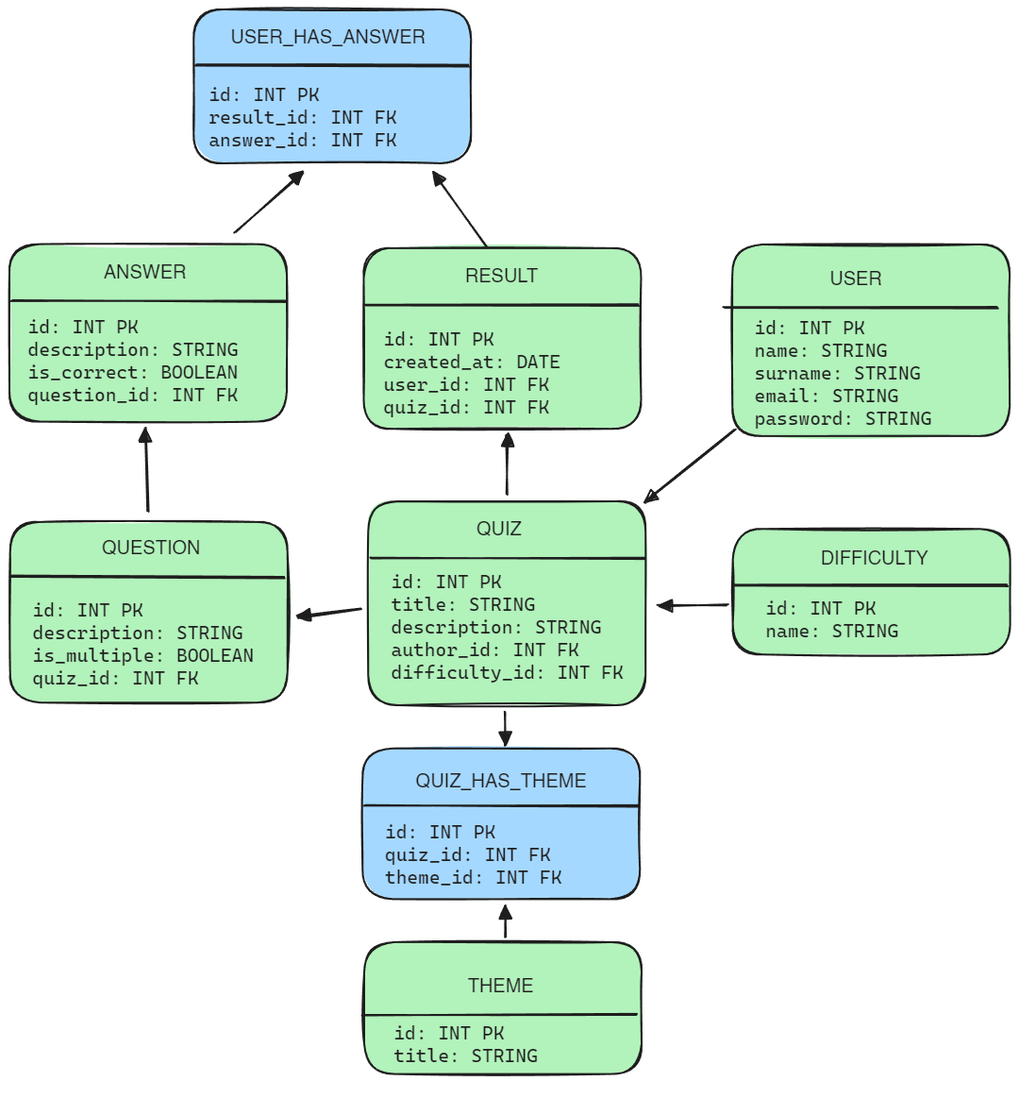
Earlier version of the Excalidraw export Docs/Conception/MCD-MLD/MLD.excalidraw.png (Thibault-hen/DevTest). Source tidied: one line per element, renumbered; positions are measured from the earlier drawing's top-left corner, leaving out a move shared by most shapes.
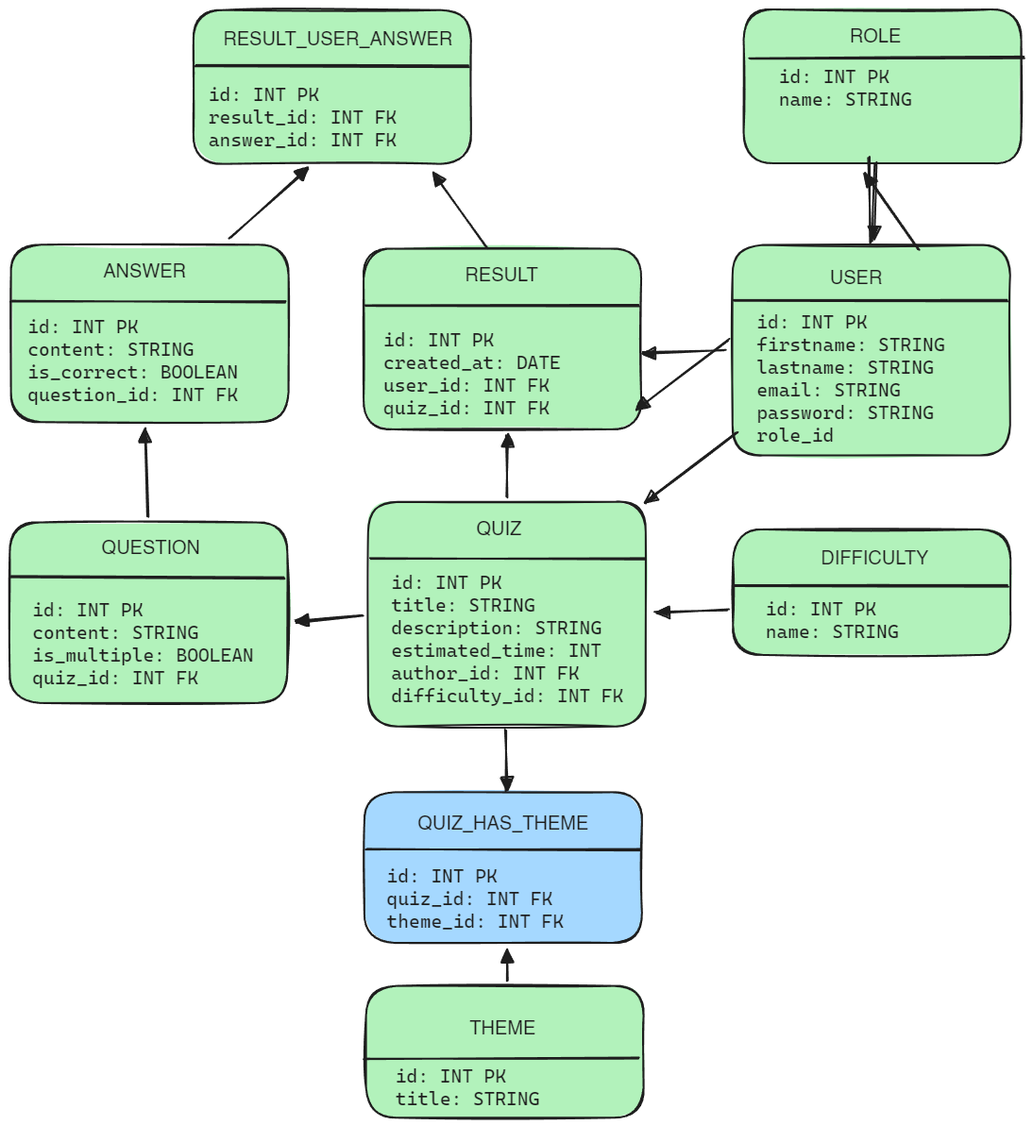
After the change.

What changed in the source:
```diff
@@ -1,7 +1,7 @@
-{"id": 0, "type": "rectangle", "strokeColor": "#1e1e1e", "backgroundColor": "#b2f2bb", "fillStyle": "solid", "strokeWidth": 2, "roughness": 1, "round": true, "x": 766, "y": 249, "width": 294, "height": 203}
+{"id": 0, "type": "rectangle", "strokeColor": "#1e1e1e", "backgroundColor": "#b2f2bb", "fillStyle": "solid", "strokeWidth": 2, "roughness": 1, "round": true, "x": 766, "y": 249, "width": 294, "height": 223}
-{"id": 1, "type": "line", "strokeColor": "#1e1e1e", "backgroundColor": "#b2f2bb", "fillStyle": "solid", "strokeWidth": 2, "roughness": 1, "round": true, "x": 758, "y": 316, "width": 290, "height": 0, "points": [[0, 0], [290, 0]]}
+{"id": 1, "type": "line", "strokeColor": "#1e1e1e", "backgroundColor": "#b2f2bb", "fillStyle": "solid", "strokeWidth": 2, "roughness": 1, "round": true, "x": 768, "y": 308, "width": 290, "height": 0, "points": [[0, 0], [290, 0]]}
 {"id": 2, "type": "text", "text": "USER", "strokeColor": "#1e1e1e", "backgroundColor": "#b2f2bb", "fillStyle": "solid", "strokeWidth": 2, "roughness": 1, "fontSize": 20, "fontFamily": 2, "x": 869, "y": 274, "width": 56, "height": 23}
-{"id": 3, "type": "rectangle", "strokeColor": "#1e1e1e", "backgroundColor": "#b2f2bb", "fillStyle": "solid", "strokeWidth": 2, "roughness": 1, "round": true, "x": 380, "y": 521, "width": 294, "height": 216}
+{"id": 3, "type": "rectangle", "strokeColor": "#1e1e1e", "backgroundColor": "#b2f2bb", "fillStyle": "solid", "strokeWidth": 2, "roughness": 1, "round": true, "x": 380, "y": 521, "width": 294, "height": 238}
 {"id": 4, "type": "line", "strokeColor": "#1e1e1e", "backgroundColor": "#b2f2bb", "fillStyle": "solid", "strokeWidth": 2, "roughness": 1, "round": true, "x": 382, "y": 581, "width": 290, "height": 0, "points": [[0, 0], [290, 0]]}
 {"id": 5, "type": "text", "text": "QUIZ", "strokeColor": "#1e1e1e", "backgroundColor": "#b2f2bb", "fillStyle": "solid", "strokeWidth": 2, "roughness": 1, "fontSize": 20, "fontFamily": 2, "x": 495, "y": 539, "width": 48, "height": 23}
 {"id": 6, "type": "rectangle", "strokeColor": "#1e1e1e", "backgroundColor": "#b2f2bb", "fillStyle": "solid", "strokeWidth": 2, "roughness": 1, "round": true, "x": 1, "y": 543, "width": 294, "height": 191}
@@ -10,36 +10,42 @@
 {"id": 9, "type": "rectangle", "strokeColor": "#1e1e1e", "backgroundColor": "#b2f2bb", "fillStyle": "solid", "strokeWidth": 2, "roughness": 1, "round": true, "x": 767, "y": 550, "width": 294, "height": 133}
 {"id": 10, "type": "line", "strokeColor": "#1e1e1e", "backgroundColor": "#b2f2bb", "fillStyle": "solid", "strokeWidth": 2, "roughness": 1, "round": true, "x": 769, "y": 610, "width": 290, "height": 0, "points": [[0, 0], [290, 0]]}
 {"id": 11, "type": "text", "text": "DIFFICULTY", "strokeColor": "#1e1e1e", "backgroundColor": "#b2f2bb", "fillStyle": "solid", "strokeWidth": 2, "roughness": 1, "fontSize": 20, "fontFamily": 2, "x": 860, "y": 570, "width": 114, "height": 23}
-{"id": 12, "type": "rectangle", "strokeColor": "#1e1e1e", "backgroundColor": "#b2f2bb", "fillStyle": "solid", "strokeWidth": 2, "roughness": 1, "round": true, "x": 376, "y": 988, "width": 294, "height": 140}
+{"id": 12, "type": "rectangle", "strokeColor": "#1e1e1e", "backgroundColor": "#b2f2bb", "fillStyle": "solid", "strokeWidth": 2, "roughness": 1, "round": true, "x": 378, "y": 1034, "width": 294, "height": 140}
-{"id": 13, "type": "line", "strokeColor": "#1e1e1e", "backgroundColor": "#b2f2bb", "fillStyle": "solid", "strokeWidth": 2, "roughness": 1, "round": true, "x": 375, "y": 1065, "width": 290, "height": 0, "points": [[0, 0], [290, 0]]}
+{"id": 13, "type": "line", "strokeColor": "#1e1e1e", "backgroundColor": "#b2f2bb", "fillStyle": "solid", "strokeWidth": 2, "roughness": 1, "round": true, "x": 377, "y": 1111, "width": 290, "height": 0, "points": [[0, 0], [290, 0]]}
-{"id": 14, "type": "text", "text": "THEME\n", "strokeColor": "#1e1e1e", "backgroundColor": "#b2f2bb", "fillStyle": "solid", "strokeWidth": 2, "roughness": 1, "fontSize": 20, "fontFamily": 2, "x": 486, "y": 1023, "width": 70, "height": 46}
+{"id": 14, "type": "text", "text": "THEME\n", "strokeColor": "#1e1e1e", "backgroundColor": "#b2f2bb", "fillStyle": "solid", "strokeWidth": 2, "roughness": 1, "fontSize": 20, "fontFamily": 2, "x": 488, "y": 1069, "width": 70, "height": 46}
 {"id": 15, "type": "rectangle", "strokeColor": "#1e1e1e", "backgroundColor": "#b2f2bb", "fillStyle": "solid", "strokeWidth": 2, "roughness": 1, "round": true, "x": 375, "y": 253, "width": 294, "height": 191}
 {"id": 16, "type": "line", "strokeColor": "#1e1e1e", "backgroundColor": "#b2f2bb", "fillStyle": "solid", "strokeWidth": 2, "roughness": 1, "round": true, "x": 377, "y": 313, "width": 290, "height": 0, "points": [[0, 0], [290, 0]]}
 {"id": 17, "type": "text", "text": "RESULT", "strokeColor": "#1e1e1e", "backgroundColor": "#b2f2bb", "fillStyle": "solid", "strokeWidth": 2, "roughness": 1, "fontSize": 20, "fontFamily": 2, "x": 483, "y": 271, "width": 77, "height": 23}
-{"id": 18, "type": "rectangle", "strokeColor": "#1e1e1e", "backgroundColor": "#b2f2bb", "fillStyle": "solid", "strokeWidth": 2, "roughness": 1, "round": true, "x": 0, "y": 249, "width": 294, "height": 188}
+{"id": 18, "type": "rectangle", "strokeColor": "#1e1e1e", "backgroundColor": "#b2f2bb", "fillStyle": "solid", "strokeWidth": 2, "roughness": 1, "round": true, "x": 2, "y": 249, "width": 294, "height": 188}
 {"id": 19, "type": "line", "strokeColor": "#1e1e1e", "backgroundColor": "#b2f2bb", "fillStyle": "solid", "strokeWidth": 2, "roughness": 1, "round": true, "x": 2, "y": 309, "width": 290, "height": 0, "points": [[0, 0], [290, 0]]}
 {"id": 20, "type": "text", "text": "ANSWER", "strokeColor": "#1e1e1e", "backgroundColor": "#b2f2bb", "fillStyle": "solid", "strokeWidth": 2, "roughness": 1, "fontSize": 20, "fontFamily": 2, "x": 100, "y": 267, "width": 88, "height": 23}
-{"id": 21, "type": "rectangle", "strokeColor": "#1e1e1e", "backgroundColor": "#a5d8ff", "fillStyle": "solid", "strokeWidth": 2, "roughness": 1, "round": true, "x": 195, "y": 0, "width": 294, "height": 163}
+{"id": 21, "type": "rectangle", "strokeColor": "#1e1e1e", "backgroundColor": "#b2f2bb", "fillStyle": "solid", "strokeWidth": 2, "roughness": 1, "round": true, "x": 195, "y": 0, "width": 294, "height": 163}
 {"id": 22, "type": "line", "strokeColor": "#1e1e1e", "strokeWidth": 2, "roughness": 1, "round": true, "x": 197, "y": 60, "width": 290, "height": 0, "points": [[0, 0], [290, 0]]}
-{"id": 23, "type": "text", "text": "USER_HAS_ANSWER", "strokeColor": "#1e1e1e", "strokeWidth": 2, "roughness": 1, "fontSize": 20, "fontFamily": 2, "x": 234, "y": 18, "width": 207, "height": 23}
+{"id": 23, "type": "text", "text": "RESULT_USER_ANSWER", "strokeColor": "#1e1e1e", "strokeWidth": 2, "roughness": 1, "fontSize": 20, "fontFamily": 2, "x": 227, "y": 20, "width": 243, "height": 23}
-{"id": 24, "type": "text", "text": "id: INT PK\nname: STRING\nsurname: STRING\nemail: STRING\npassword: STRING", "strokeColor": "#1e1e1e", "backgroundColor": "#b2f2bb", "fillStyle": "solid", "strokeWidth": 2, "roughness": 1, "fontSize": 20, "fontFamily": 3, "x": 790, "y": 325, "width": 188, "height": 120}
+{"id": 24, "type": "text", "text": "id: INT PK\nfirstname: STRING\nlastname: STRING\nemail: STRING\npassword: STRING\nrole_id", "strokeColor": "#1e1e1e", "backgroundColor": "#b2f2bb", "fillStyle": "solid", "strokeWidth": 2, "roughness": 1, "fontSize": 20, "fontFamily": 3, "x": 792, "y": 319, "width": 199, "height": 144}
-{"id": 25, "type": "rectangle", "strokeColor": "#1e1e1e", "backgroundColor": "#a5d8ff", "fillStyle": "solid", "strokeWidth": 2, "roughness": 1, "round": true, "x": 374, "y": 783, "width": 294, "height": 160}
+{"id": 25, "type": "rectangle", "strokeColor": "#1e1e1e", "backgroundColor": "#a5d8ff", "fillStyle": "solid", "strokeWidth": 2, "roughness": 1, "round": true, "x": 376, "y": 829, "width": 294, "height": 160}
-{"id": 26, "type": "line", "strokeColor": "#1e1e1e", "backgroundColor": "#b2f2bb", "fillStyle": "solid", "strokeWidth": 2, "roughness": 1, "round": true, "x": 376, "y": 843, "width": 290, "height": 0, "points": [[0, 0], [290, 0]]}
+{"id": 26, "type": "line", "strokeColor": "#1e1e1e", "backgroundColor": "#b2f2bb", "fillStyle": "solid", "strokeWidth": 2, "roughness": 1, "round": true, "x": 378, "y": 889, "width": 290, "height": 0, "points": [[0, 0], [290, 0]]}
-{"id": 27, "type": "text", "text": "QUIZ_HAS_THEME", "strokeColor": "#1e1e1e", "backgroundColor": "#b2f2bb", "fillStyle": "solid", "strokeWidth": 2, "roughness": 1, "fontSize": 20, "fontFamily": 2, "x": 431, "y": 806, "width": 181, "height": 23}
+{"id": 27, "type": "text", "text": "QUIZ_HAS_THEME", "strokeColor": "#1e1e1e", "backgroundColor": "#b2f2bb", "fillStyle": "solid", "strokeWidth": 2, "roughness": 1, "fontSize": 20, "fontFamily": 2, "x": 433, "y": 852, "width": 181, "height": 23}
-{"id": 28, "type": "text", "text": "id: INT PK\ntitle: STRING\ndescription: STRING\nauthor_id: INT FK\ndifficulty_id: INT FK", "strokeColor": "#1e1e1e", "backgroundColor": "#b2f2bb", "fillStyle": "solid", "strokeWidth": 2, "roughness": 1, "fontSize": 20, "fontFamily": 3, "x": 405, "y": 594, "width": 246, "height": 120}
+{"id": 28, "type": "text", "text": "id: INT PK\ntitle: STRING\ndescription: STRING\nestimated_time: INT\nauthor_id: INT FK\ndifficulty_id: INT FK", "strokeColor": "#1e1e1e", "backgroundColor": "#b2f2bb", "fillStyle": "solid", "strokeWidth": 2, "roughness": 1, "fontSize": 20, "fontFamily": 3, "x": 405, "y": 594, "width": 246, "height": 144}
-{"id": 29, "type": "text", "text": "id: INT PK\nquiz_id: INT FK\ntheme_id: INT FK", "strokeColor": "#1e1e1e", "backgroundColor": "#b2f2bb", "fillStyle": "solid", "strokeWidth": 2, "roughness": 1, "fontSize": 20, "fontFamily": 3, "x": 398, "y": 859, "width": 188, "height": 72}
+{"id": 29, "type": "text", "text": "id: INT PK\nquiz_id: INT FK\ntheme_id: INT FK", "strokeColor": "#1e1e1e", "backgroundColor": "#b2f2bb", "fillStyle": "solid", "strokeWidth": 2, "roughness": 1, "fontSize": 20, "fontFamily": 3, "x": 400, "y": 905, "width": 188, "height": 72}
-{"id": 30, "type": "text", "text": "id: INT PK\ntitle: STRING\n", "strokeColor": "#1e1e1e", "backgroundColor": "#b2f2bb", "fillStyle": "solid", "strokeWidth": 2, "roughness": 1, "fontSize": 20, "fontFamily": 3, "x": 407, "y": 1072, "width": 152, "height": 72}
+{"id": 30, "type": "text", "text": "id: INT PK\ntitle: STRING\n", "strokeColor": "#1e1e1e", "backgroundColor": "#b2f2bb", "fillStyle": "solid", "strokeWidth": 2, "roughness": 1, "fontSize": 20, "fontFamily": 3, "x": 409, "y": 1118, "width": 152, "height": 72}
-{"id": 31, "type": "text", "text": "id: INT PK\ndescription: STRING\nis_multiple: BOOLEAN\nquiz_id: INT FK", "strokeColor": "#1e1e1e", "backgroundColor": "#b2f2bb", "fillStyle": "solid", "strokeWidth": 2, "roughness": 1, "fontSize": 20, "fontFamily": 3, "x": 25, "y": 624, "width": 234, "height": 96}
+{"id": 31, "type": "text", "text": "id: INT PK\ncontent: STRING\nis_multiple: BOOLEAN\nquiz_id: INT FK", "strokeColor": "#1e1e1e", "backgroundColor": "#b2f2bb", "fillStyle": "solid", "strokeWidth": 2, "roughness": 1, "fontSize": 20, "fontFamily": 3, "x": 25, "y": 624, "width": 234, "height": 96}
-{"id": 32, "type": "text", "text": "id: INT PK\ndescription: STRING\nis_correct: BOOLEAN\nquestion_id: INT FK ", "strokeColor": "#1e1e1e", "backgroundColor": "#b2f2bb", "fillStyle": "solid", "strokeWidth": 2, "roughness": 1, "fontSize": 20, "fontFamily": 3, "x": 20, "y": 324, "width": 234, "height": 96}
+{"id": 32, "type": "text", "text": "id: INT PK\ncontent: STRING\nis_correct: BOOLEAN\nquestion_id: INT FK ", "strokeColor": "#1e1e1e", "backgroundColor": "#b2f2bb", "fillStyle": "solid", "strokeWidth": 2, "roughness": 1, "fontSize": 20, "fontFamily": 3, "x": 20, "y": 324, "width": 234, "height": 96}
 {"id": 33, "type": "text", "text": "id: INT PK\ncreated_at: DATE\nuser_id: INT FK\nquiz_id: INT FK", "strokeColor": "#1e1e1e", "backgroundColor": "#b2f2bb", "fillStyle": "solid", "strokeWidth": 2, "roughness": 1, "fontSize": 20, "fontFamily": 3, "x": 397, "y": 337, "width": 188, "height": 96}
 {"id": 34, "type": "text", "text": "id: INT PK\nname: STRING", "strokeColor": "#1e1e1e", "backgroundColor": "#b2f2bb", "fillStyle": "solid", "strokeWidth": 2, "roughness": 1, "fontSize": 20, "fontFamily": 3, "x": 801, "y": 622, "width": 141, "height": 48}
 {"id": 35, "type": "text", "text": "id: INT PK\nresult_id: INT FK\nanswer_id: INT FK\n", "strokeColor": "#1e1e1e", "strokeWidth": 2, "roughness": 1, "fontSize": 20, "fontFamily": 3, "x": 211, "y": 78, "width": 199, "height": 96}
-{"id": 36, "type": "arrow", "strokeColor": "#1e1e1e", "strokeWidth": 2, "roughness": 1, "endArrowhead": "triangle", "round": true, "from": 24, "x": 769, "y": 444, "width": 95, "height": 77, "points": [[0, 0], [-95, 77]]}
+{"id": 36, "type": "arrow", "strokeColor": "#1e1e1e", "strokeWidth": 2, "roughness": 1, "endArrowhead": "triangle", "round": true, "from": 24, "x": 771, "y": 447, "width": 97, "height": 74, "points": [[0, 0], [-97, 74]]}
-{"id": 37, "type": "arrow", "strokeColor": "#1e1e1e", "strokeWidth": 2, "roughness": 1, "endArrowhead": "triangle", "round": true, "from": 3, "to": 33, "x": 527, "y": 514, "width": 0, "height": 65, "points": [[0, 0], [0, -65]]}
+{"id": 37, "type": "arrow", "strokeColor": "#1e1e1e", "strokeWidth": 2, "roughness": 1, "endArrowhead": "triangle", "round": true, "from": 3, "to": 33, "x": 527, "y": 517, "width": 0, "height": 67, "points": [[0, 0], [0, -67]]}
 {"id": 38, "type": "arrow", "strokeColor": "#1e1e1e", "strokeWidth": 2, "roughness": 1, "endArrowhead": "triangle", "round": true, "from": 15, "to": 21, "x": 507, "y": 253, "width": 58, "height": 80, "points": [[0, 0], [-58, -80]]}
-{"id": 39, "type": "arrow", "strokeColor": "#1e1e1e", "strokeWidth": 2, "roughness": 1, "endArrowhead": "triangle", "round": true, "from": 18, "to": 21, "x": 239, "y": 236, "width": 72, "height": 63, "points": [[0, 0], [72, -63]]}
+{"id": 39, "type": "arrow", "strokeColor": "#1e1e1e", "strokeWidth": 2, "roughness": 1, "endArrowhead": "triangle", "round": true, "from": 18, "to": 21, "x": 233, "y": 242, "width": 83, "height": 74, "points": [[0, 0], [83, -74]]}
-{"id": 40, "type": "arrow", "strokeColor": "#1e1e1e", "strokeWidth": 2, "roughness": 1, "endArrowhead": "triangle", "round": true, "from": 3, "to": 6, "x": 372, "y": 634, "width": 67, "height": 10, "points": [[0, 0], [-67, 10]]}
+{"id": 40, "type": "arrow", "strokeColor": "#1e1e1e", "strokeWidth": 2, "roughness": 1, "endArrowhead": "triangle", "round": true, "from": 3, "to": 6, "x": 374, "y": 641, "width": 70, "height": 8, "points": [[0, 0], [-70, 8]]}
-{"id": 41, "type": "arrow", "strokeColor": "#1e1e1e", "strokeWidth": 2, "roughness": 1, "endArrowhead": "triangle", "round": true, "from": 9, "to": 3, "x": 760, "y": 632, "width": 73, "height": 1, "points": [[0, 0], [-73, -1]]}
+{"id": 41, "type": "arrow", "strokeColor": "#1e1e1e", "strokeWidth": 2, "roughness": 1, "endArrowhead": "triangle", "round": true, "from": 9, "to": 3, "x": 761, "y": 636, "width": 77, "height": 1, "points": [[0, 0], [-77, 1]]}
-{"id": 42, "type": "arrow", "strokeColor": "#1e1e1e", "strokeWidth": 2, "roughness": 1, "endArrowhead": "triangle", "round": true, "from": 6, "to": 32, "x": 147, "y": 531, "width": 3, "height": 88, "points": [[0, 0], [-3, -88]]}
+{"id": 42, "type": "arrow", "strokeColor": "#1e1e1e", "strokeWidth": 2, "roughness": 1, "endArrowhead": "triangle", "round": true, "from": 6, "to": 32, "x": 148, "y": 536, "width": 4, "height": 93, "points": [[0, 0], [-4, -93]]}
-{"id": 43, "type": "arrow", "strokeColor": "#1e1e1e", "strokeWidth": 2, "roughness": 1, "endArrowhead": "triangle", "round": true, "from": 3, "to": 25, "x": 525, "y": 744, "width": 0, "height": 35, "points": [[0, 0], [0, 35]]}
+{"id": 43, "type": "arrow", "strokeColor": "#1e1e1e", "strokeWidth": 2, "roughness": 1, "endArrowhead": "triangle", "round": true, "from": 3, "to": 25, "x": 526, "y": 764, "width": 0, "height": 63, "points": [[0, 0], [0, 63]]}
-{"id": 44, "type": "arrow", "strokeColor": "#1e1e1e", "strokeWidth": 2, "roughness": 1, "endArrowhead": "triangle", "round": true, "from": 12, "to": 29, "x": 525, "y": 983, "width": 0, "height": 33, "points": [[0, 0], [0, -33]]}
+{"id": 44, "type": "arrow", "strokeColor": "#1e1e1e", "strokeWidth": 2, "roughness": 1, "endArrowhead": "triangle", "round": true, "from": 12, "to": 29, "x": 527, "y": 1029, "width": 0, "height": 33, "points": [[0, 0], [0, -33]]}
+{"id": 45, "type": "rectangle", "strokeColor": "#1e1e1e", "backgroundColor": "#b2f2bb", "fillStyle": "solid", "strokeWidth": 2, "roughness": 1, "round": true, "x": 778, "y": -1, "width": 294, "height": 163}
+{"id": 46, "type": "line", "strokeColor": "#1e1e1e", "backgroundColor": "#b2f2bb", "fillStyle": "solid", "strokeWidth": 2, "roughness": 1, "round": true, "x": 785, "y": 51, "width": 290, "height": 0, "points": [[0, 0], [290, 0]]}
+{"id": 47, "type": "text", "text": "ROLE", "strokeColor": "#1e1e1e", "backgroundColor": "#b2f2bb", "fillStyle": "solid", "strokeWidth": 2, "roughness": 1, "fontSize": 20, "fontFamily": 2, "x": 890, "y": 17, "width": 54, "height": 23}
+{"id": 48, "type": "text", "text": "id: INT PK\nname: STRING", "strokeColor": "#1e1e1e", "backgroundColor": "#b2f2bb", "fillStyle": "solid", "strokeWidth": 2, "roughness": 1, "fontSize": 20, "fontFamily": 3, "x": 815, "y": 59, "width": 141, "height": 48}
+{"id": 49, "type": "arrow", "strokeColor": "#1e1e1e", "backgroundColor": "#b2f2bb", "fillStyle": "solid", "strokeWidth": 2, "roughness": 1, "endArrowhead": "triangle", "round": true, "from": 45, "to": 0, "x": 917, "y": 163, "width": 2, "height": 81, "points": [[0, 0], [-2, 81]]}
+{"id": 50, "type": "arrow", "strokeColor": "#1e1e1e", "backgroundColor": "#b2f2bb", "fillStyle": "solid", "strokeWidth": 2, "roughness": 1, "endArrowhead": "triangle", "round": true, "from": 0, "to": 15, "x": 757, "y": 360, "width": 88, "height": 2, "points": [[0, 0], [-88, 2]]}
```
